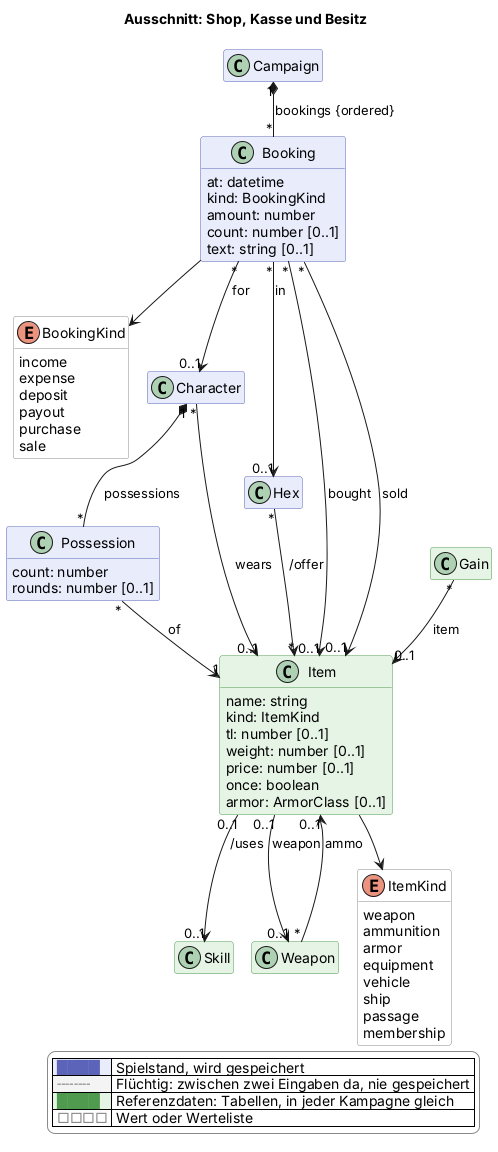
scuzzar/SRE keeps this PlantUML diagram as docs/views/shop.png. Above is the earlier version.
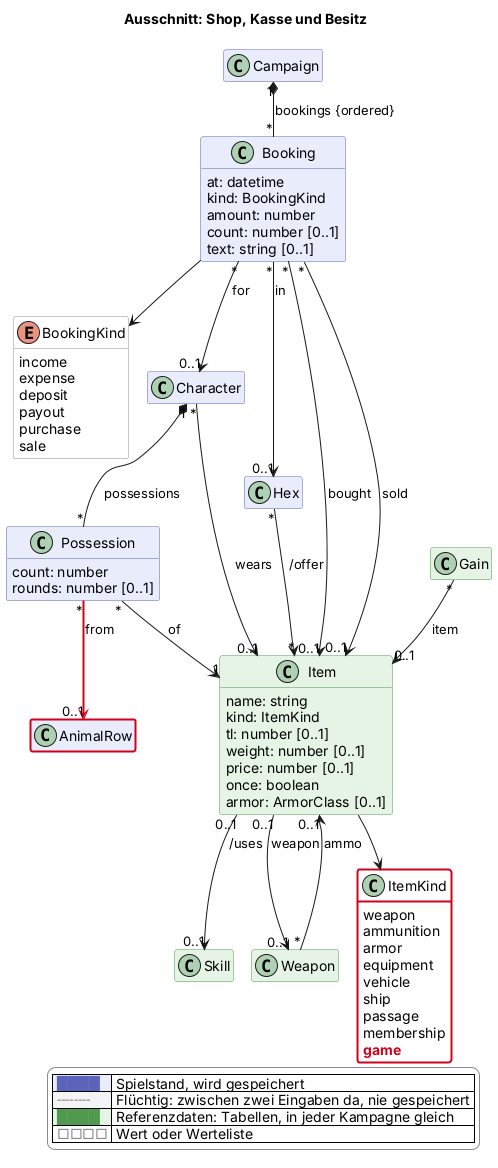
After the commit.

What changed in the source:
```diff
@@ -92,6 +92,7 @@
   class Hex $sektor
 
 
+  class AnimalRow $begegnung
 
   class Skill <<reference>> $charakter
   class Gain <<reference>> $erschaffung
@@ -114,6 +115,7 @@
     ship
     passage
     membership
+    $new("2026-11-13", "game")
   }
 
 Campaign "1" *-- "*" Booking : bookings {ordered}
@@ -136,6 +138,7 @@
 Weapon "*" --> "0..1" Item : ammo
 Hex "*" --> "*" Item : /offer
 
+Possession "*" -$newArrow("2026-11-13")-> "0..1" AnimalRow : from
 
 
 
@@ -149,4 +152,6 @@
   |<#e6f4e6> <color:#4f9a4f>████</color> | Referenzdaten: Tabellen, in jeder Kampagne gleich |
   |<#ffffff> <color:#8a8a8a>□□□□</color> | Wert oder Werteliste |
 endlegend
+class AnimalRow #line:d0021b;line.bold
+class ItemKind #line:d0021b;line.bold
 @enduml
```
